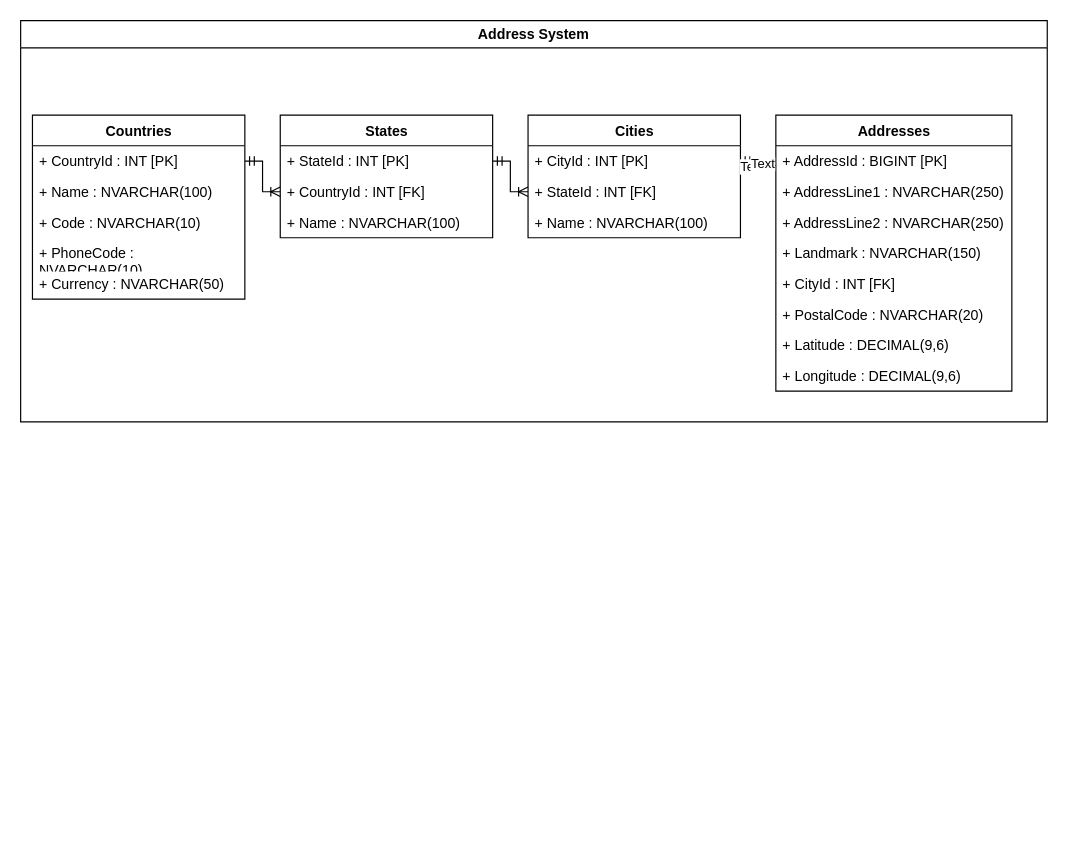
parthao/DataBaseFiles keeps this draw.io diagram as Codenexa EduCore.drawio. Above is the earlier version. Source tidied: cells renumbered, new cells numbered last; positions are measured from the earlier drawing's top-left corner, leaving out a move shared by most shapes. Both pictures are drawn from the tidied source at 118%, with x=0, y=0 at pixel (20, 20).
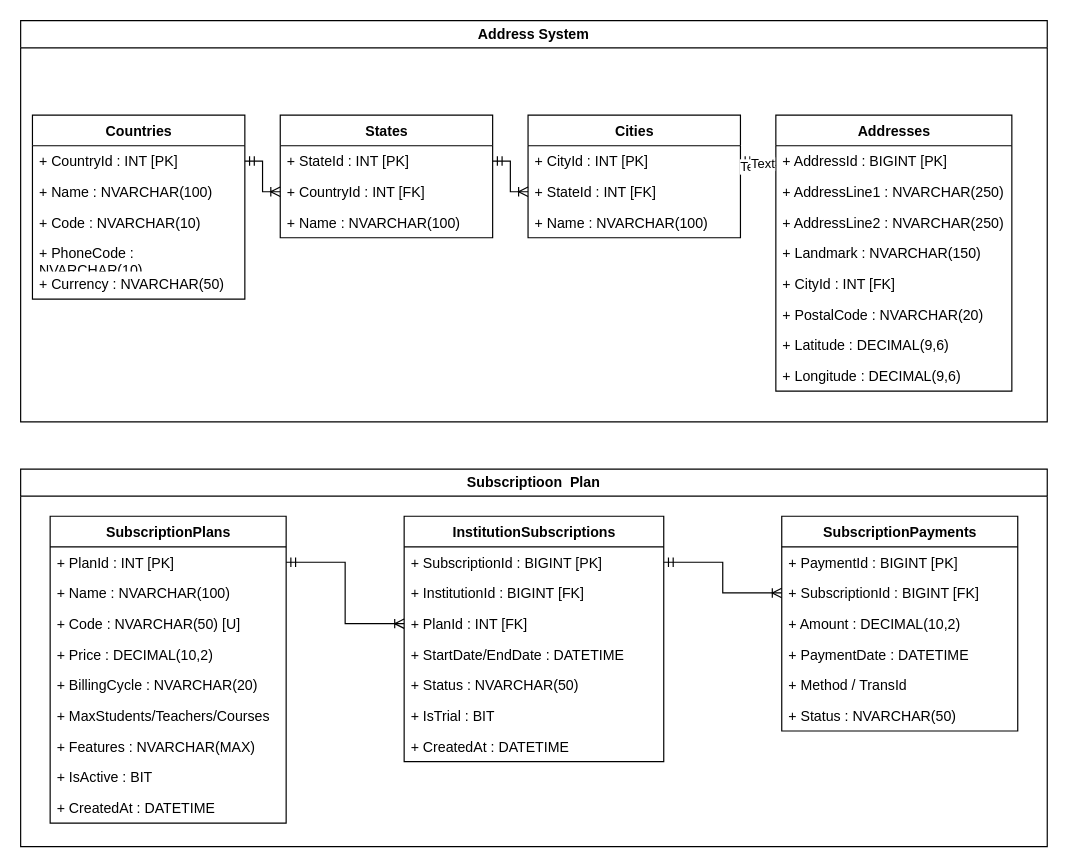
After the change.

Commit message:
subcription plan

The edit, as a diff of the source:
```diff
@@
+    <mxCell id="31" value="Subscriptioon&amp;nbsp; Plan" style="swimlane;whiteSpace=wrap;html=1;startSize=23;" parent="1" vertex="1">
+      <mxGeometry y="380" width="870" height="320" as="geometry" />
+    </mxCell>
+    <mxCell id="32" value="SubscriptionPlans" style="swimlane;fontStyle=1;align=center;verticalAlign=top;horizontal=1;startSize=26;resizeLastChild=0;html=1;" parent="31" vertex="1">
+      <mxGeometry x="25" y="40" width="200" height="260" as="geometry" />
+    </mxCell>
+    <mxCell id="33" value="+ PlanId : INT [PK]" style="text;strokeColor=none;fillColor=none;align=left;verticalAlign=top;spacingLeft=4;spacingRight=4;overflow=hidden;points=[[0,0.5],[1,0.5]];portConstraint=eastwest;whiteSpace=wrap;html=1;" parent="32" vertex="1">
+      <mxGeometry y="26" width="200" height="26" as="geometry" />
+    </mxCell>
+    <mxCell id="34" value="+ Name : NVARCHAR(100)" style="text;strokeColor=none;fillColor=none;align=left;verticalAlign=top;spacingLeft=4;spacingRight=4;overflow=hidden;whiteSpace=wrap;html=1;" parent="32" vertex="1">
+      <mxGeometry y="52" width="200" height="26" as="geometry" />
+    </mxCell>
+    <mxCell id="35" value="+ Code : NVARCHAR(50) [U]" style="text;strokeColor=none;fillColor=none;align=left;verticalAlign=top;spacingLeft=4;spacingRight=4;overflow=hidden;whiteSpace=wrap;html=1;" parent="32" vertex="1">
+      <mxGeometry y="78" width="200" height="26" as="geometry" />
+    </mxCell>
+    <mxCell id="36" value="+ Price : DECIMAL(10,2)" style="text;strokeColor=none;fillColor=none;align=left;verticalAlign=top;spacingLeft=4;spacingRight=4;overflow=hidden;whiteSpace=wrap;html=1;" parent="32" vertex="1">
+      <mxGeometry y="104" width="200" height="26" as="geometry" />
+    </mxCell>
+    <mxCell id="37" value="+ BillingCycle : NVARCHAR(20)" style="text;strokeColor=none;fillColor=none;align=left;verticalAlign=top;spacingLeft=4;spacingRight=4;overflow=hidden;whiteSpace=wrap;html=1;" parent="32" vertex="1">
+      <mxGeometry y="130" width="200" height="26" as="geometry" />
+    </mxCell>
+    <mxCell id="38" value="+ MaxStudents/Teachers/Courses" style="text;strokeColor=none;fillColor=none;align=left;verticalAlign=top;spacingLeft=4;spacingRight=4;overflow=hidden;whiteSpace=wrap;html=1;" parent="32" vertex="1">
+      <mxGeometry y="156" width="200" height="26" as="geometry" />
+    </mxCell>
+    <mxCell id="39" value="+ Features : NVARCHAR(MAX)" style="text;strokeColor=none;fillColor=none;align=left;verticalAlign=top;spacingLeft=4;spacingRight=4;overflow=hidden;whiteSpace=wrap;html=1;" parent="32" vertex="1">
+      <mxGeometry y="182" width="200" height="26" as="geometry" />
+    </mxCell>
+    <mxCell id="40" value="+ IsActive : BIT" style="text;strokeColor=none;fillColor=none;align=left;verticalAlign=top;spacingLeft=4;spacingRight=4;overflow=hidden;whiteSpace=wrap;html=1;" parent="32" vertex="1">
+      <mxGeometry y="208" width="200" height="26" as="geometry" />
+    </mxCell>
+    <mxCell id="41" value="+ CreatedAt : DATETIME" style="text;strokeColor=none;fillColor=none;align=left;verticalAlign=top;spacingLeft=4;spacingRight=4;overflow=hidden;whiteSpace=wrap;html=1;" parent="32" vertex="1">
+      <mxGeometry y="234" width="200" height="26" as="geometry" />
+    </mxCell>
+    <mxCell id="42" value="InstitutionSubscriptions" style="swimlane;fontStyle=1;align=center;verticalAlign=top;horizontal=1;startSize=26;resizeLastChild=0;html=1;" parent="31" vertex="1">
+      <mxGeometry x="325" y="40" width="220" height="208" as="geometry" />
+    </mxCell>
+    <mxCell id="43" value="+ SubscriptionId : BIGINT [PK]" style="text;strokeColor=none;fillColor=none;align=left;verticalAlign=top;spacingLeft=4;spacingRight=4;overflow=hidden;points=[[0,0.5],[1,0.5]];portConstraint=eastwest;whiteSpace=wrap;html=1;" parent="42" vertex="1">
+      <mxGeometry y="26" width="220" height="26" as="geometry" />
+    </mxCell>
+    <mxCell id="44" value="+ InstitutionId : BIGINT [FK]" style="text;strokeColor=none;fillColor=none;align=left;verticalAlign=top;spacingLeft=4;spacingRight=4;overflow=hidden;whiteSpace=wrap;html=1;" parent="42" vertex="1">
+      <mxGeometry y="52" width="220" height="26" as="geometry" />
+    </mxCell>
+    <mxCell id="45" value="+ PlanId : INT [FK]" style="text;strokeColor=none;fillColor=none;align=left;verticalAlign=top;spacingLeft=4;spacingRight=4;overflow=hidden;points=[[0,0.5],[1,0.5]];portConstraint=eastwest;whiteSpace=wrap;html=1;" parent="42" vertex="1">
+      <mxGeometry y="78" width="220" height="26" as="geometry" />
+    </mxCell>
+    <mxCell id="46" value="+ StartDate/EndDate : DATETIME" style="text;strokeColor=none;fillColor=none;align=left;verticalAlign=top;spacingLeft=4;spacingRight=4;overflow=hidden;whiteSpace=wrap;html=1;" parent="42" vertex="1">
+      <mxGeometry y="104" width="220" height="26" as="geometry" />
+    </mxCell>
+    <mxCell id="47" value="+ Status : NVARCHAR(50)" style="text;strokeColor=none;fillColor=none;align=left;verticalAlign=top;spacingLeft=4;spacingRight=4;overflow=hidden;whiteSpace=wrap;html=1;" parent="42" vertex="1">
+      <mxGeometry y="130" width="220" height="26" as="geometry" />
+    </mxCell>
+    <mxCell id="48" value="+ IsTrial : BIT" style="text;strokeColor=none;fillColor=none;align=left;verticalAlign=top;spacingLeft=4;spacingRight=4;overflow=hidden;whiteSpace=wrap;html=1;" parent="42" vertex="1">
+      <mxGeometry y="156" width="220" height="26" as="geometry" />
+    </mxCell>
+    <mxCell id="49" value="+ CreatedAt : DATETIME" style="text;strokeColor=none;fillColor=none;align=left;verticalAlign=top;spacingLeft=4;spacingRight=4;overflow=hidden;whiteSpace=wrap;html=1;" parent="42" vertex="1">
+      <mxGeometry y="182" width="220" height="26" as="geometry" />
+    </mxCell>
+    <mxCell id="50" value="SubscriptionPayments" style="swimlane;fontStyle=1;align=center;verticalAlign=top;horizontal=1;startSize=26;resizeLastChild=0;html=1;" parent="31" vertex="1">
+      <mxGeometry x="645" y="40" width="200" height="182" as="geometry" />
+    </mxCell>
+    <mxCell id="51" value="+ PaymentId : BIGINT [PK]" style="text;strokeColor=none;fillColor=none;align=left;verticalAlign=top;spacingLeft=4;spacingRight=4;overflow=hidden;whiteSpace=wrap;html=1;" parent="50" vertex="1">
+      <mxGeometry y="26" width="200" height="26" as="geometry" />
+    </mxCell>
+    <mxCell id="52" value="+ SubscriptionId : BIGINT [FK]" style="text;strokeColor=none;fillColor=none;align=left;verticalAlign=top;spacingLeft=4;spacingRight=4;overflow=hidden;points=[[0,0.5],[1,0.5]];portConstraint=eastwest;whiteSpace=wrap;html=1;" parent="50" vertex="1">
+      <mxGeometry y="52" width="200" height="26" as="geometry" />
+    </mxCell>
+    <mxCell id="53" value="+ Amount : DECIMAL(10,2)" style="text;strokeColor=none;fillColor=none;align=left;verticalAlign=top;spacingLeft=4;spacingRight=4;overflow=hidden;whiteSpace=wrap;html=1;" parent="50" vertex="1">
+      <mxGeometry y="78" width="200" height="26" as="geometry" />
+    </mxCell>
+    <mxCell id="54" value="+ PaymentDate : DATETIME" style="text;strokeColor=none;fillColor=none;align=left;verticalAlign=top;spacingLeft=4;spacingRight=4;overflow=hidden;whiteSpace=wrap;html=1;" parent="50" vertex="1">
+      <mxGeometry y="104" width="200" height="26" as="geometry" />
+    </mxCell>
+    <mxCell id="55" value="+ Method / TransId" style="text;strokeColor=none;fillColor=none;align=left;verticalAlign=top;spacingLeft=4;spacingRight=4;overflow=hidden;whiteSpace=wrap;html=1;" parent="50" vertex="1">
+      <mxGeometry y="130" width="200" height="26" as="geometry" />
+    </mxCell>
+    <mxCell id="56" value="+ Status : NVARCHAR(50)" style="text;strokeColor=none;fillColor=none;align=left;verticalAlign=top;spacingLeft=4;spacingRight=4;overflow=hidden;whiteSpace=wrap;html=1;" parent="50" vertex="1">
+      <mxGeometry y="156" width="200" height="26" as="geometry" />
+    </mxCell>
+    <mxCell id="57" style="edgeStyle=orthogonalEdgeStyle;fontSize=12;html=1;endArrow=ERoneToMany;startArrow=ERmandOne;rounded=0;exitX=1;exitY=0.5;exitDx=0;exitDy=0;entryX=0;entryY=0.5;entryDx=0;entryDy=0;" parent="31" edge="1" source="33" target="45">
+      <mxGeometry relative="1" as="geometry" />
+    </mxCell>
+    <mxCell id="58" style="edgeStyle=orthogonalEdgeStyle;fontSize=12;html=1;endArrow=ERoneToMany;startArrow=ERmandOne;rounded=0;exitX=1;exitY=0.5;exitDx=0;exitDy=0;entryX=0;entryY=0.5;entryDx=0;entryDy=0;" parent="31" edge="1" source="43" target="52">
+      <mxGeometry relative="1" as="geometry" />
+    </mxCell>
```
